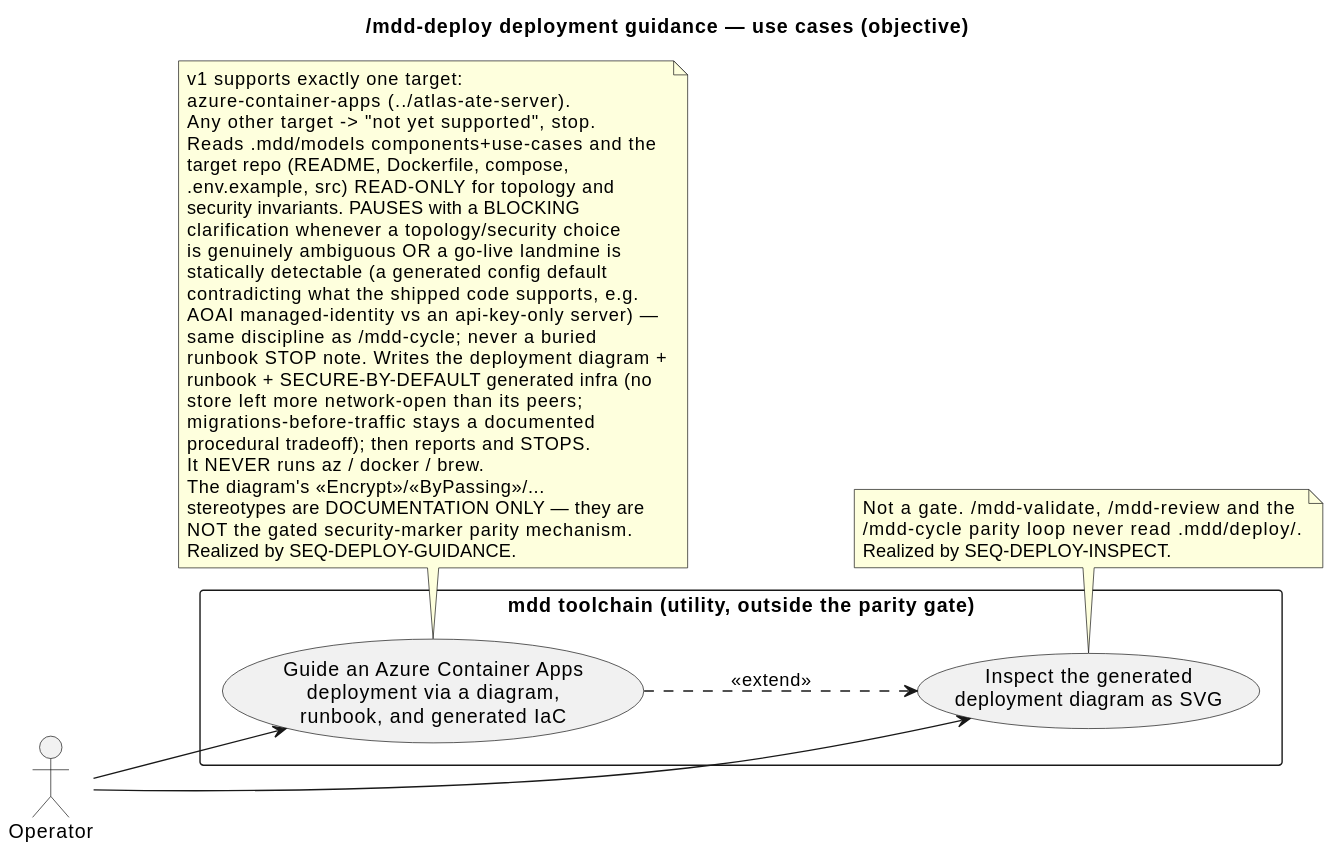
Before: .mdd/rendered/models/objective/use-cases/deploy-guidance.svg, a diagram exported from PlantUML (cthadeufaria/model-driven-development). The source it was exported from:
```plantuml
@startuml
title /mdd-deploy deployment guidance — use cases (objective)

left to right direction

actor "Operator" as Op

rectangle "mdd toolchain (utility, outside the parity gate)" {
  usecase "Guide an Azure Container Apps\ndeployment via a diagram,\nrunbook, and generated IaC" as Guide
  usecase "Inspect the generated\ndeployment diagram as SVG" as Inspect
}

Op --> Guide
Op --> Inspect

Guide ..> Inspect : <<extend>>

note bottom of Guide
  v1 supports exactly one target:
  azure-container-apps (../atlas-ate-server).
  Any other target -> "not yet supported", stop.
  Reads .mdd/models components+use-cases and the
  target repo (README, Dockerfile, compose,
  .env.example, src) READ-ONLY for topology and
  security invariants. PAUSES with a BLOCKING
  clarification whenever a topology/security choice
  is genuinely ambiguous OR a go-live landmine is
  statically detectable (a generated config default
  contradicting what the shipped code supports, e.g.
  AOAI managed-identity vs an api-key-only server) —
  same discipline as /mdd-cycle; never a buried
  runbook STOP note. Writes the deployment diagram +
  runbook + SECURE-BY-DEFAULT generated infra (no
  store left more network-open than its peers;
  migrations-before-traffic stays a documented
  procedural tradeoff); then reports and STOPS.
  It NEVER runs az / docker / brew.
  The diagram's <<Encrypt>>/<<ByPassing>>/...
  stereotypes are DOCUMENTATION ONLY — they are
  NOT the gated security-marker parity mechanism.
  Realized by SEQ-DEPLOY-GUIDANCE.
end note

note bottom of Inspect
  Not a gate. /mdd-validate, /mdd-review and the
  /mdd-cycle parity loop never read .mdd/deploy/.
  Realized by SEQ-DEPLOY-INSPECT.
end note
@enduml
```
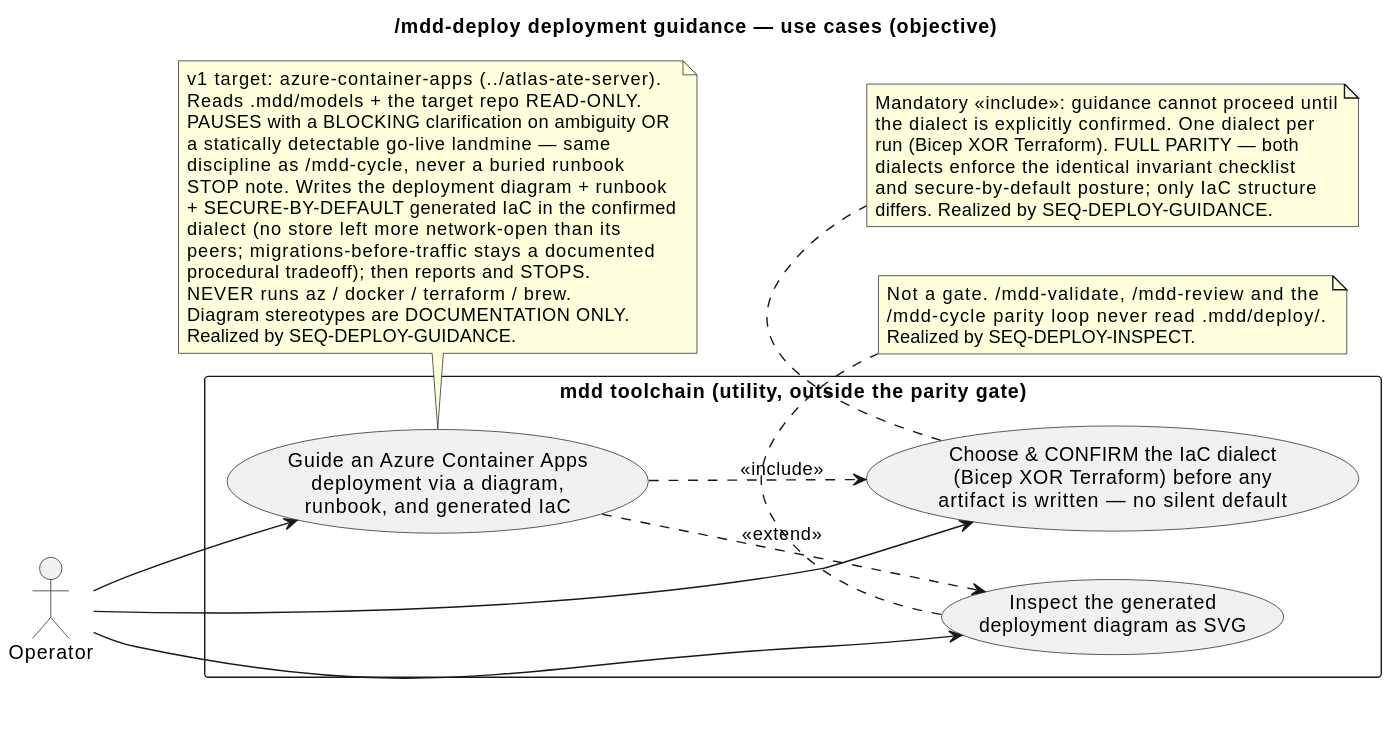
Later version of the same file.

Change to the diagram source:
```diff
@@ -7,38 +7,40 @@
 
 rectangle "mdd toolchain (utility, outside the parity gate)" {
   usecase "Guide an Azure Container Apps\ndeployment via a diagram,\nrunbook, and generated IaC" as Guide
+  usecase "Choose & CONFIRM the IaC dialect\n(Bicep XOR Terraform) before any\nartifact is written — no silent default" as Dialect
   usecase "Inspect the generated\ndeployment diagram as SVG" as Inspect
 }
 
 Op --> Guide
+Op --> Dialect
 Op --> Inspect
 
+Guide ..> Dialect : <<include>>
 Guide ..> Inspect : <<extend>>
 
 note bottom of Guide
-  v1 supports exactly one target:
-  azure-container-apps (../atlas-ate-server).
-  Any other target -> "not yet supported", stop.
-  Reads .mdd/models components+use-cases and the
-  target repo (README, Dockerfile, compose,
-  .env.example, src) READ-ONLY for topology and
-  security invariants. PAUSES with a BLOCKING
-  clarification whenever a topology/security choice
-  is genuinely ambiguous OR a go-live landmine is
-  statically detectable (a generated config default
-  contradicting what the shipped code supports, e.g.
-  AOAI managed-identity vs an api-key-only server) —
-  same discipline as /mdd-cycle; never a buried
-  runbook STOP note. Writes the deployment diagram +
-  runbook + SECURE-BY-DEFAULT generated infra (no
-  store left more network-open than its peers;
-  migrations-before-traffic stays a documented
+  v1 target: azure-container-apps (../atlas-ate-server).
+  Reads .mdd/models + the target repo READ-ONLY.
+  PAUSES with a BLOCKING clarification on ambiguity OR
+  a statically detectable go-live landmine — same
+  discipline as /mdd-cycle, never a buried runbook
+  STOP note. Writes the deployment diagram + runbook
+  + SECURE-BY-DEFAULT generated IaC in the confirmed
+  dialect (no store left more network-open than its
+  peers; migrations-before-traffic stays a documented
   procedural tradeoff); then reports and STOPS.
-  It NEVER runs az / docker / brew.
-  The diagram's <<Encrypt>>/<<ByPassing>>/...
-  stereotypes are DOCUMENTATION ONLY — they are
-  NOT the gated security-marker parity mechanism.
+  NEVER runs az / docker / terraform / brew.
+  Diagram stereotypes are DOCUMENTATION ONLY.
   Realized by SEQ-DEPLOY-GUIDANCE.
+end note
+
+note bottom of Dialect
+  Mandatory <<include>>: guidance cannot proceed until
+  the dialect is explicitly confirmed. One dialect per
+  run (Bicep XOR Terraform). FULL PARITY — both
+  dialects enforce the identical invariant checklist
+  and secure-by-default posture; only IaC structure
+  differs. Realized by SEQ-DEPLOY-GUIDANCE.
 end note
 
 note bottom of Inspect
```
